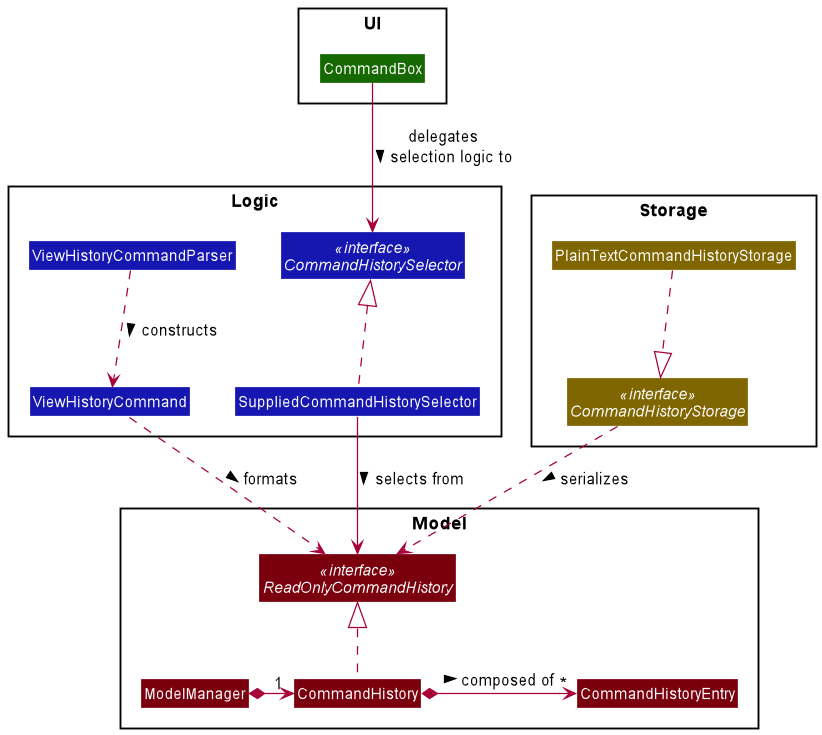
Earlier version of the PlantUML export docs/images/commandhistory/CmdHistModelClassDiagram.png (nus-cs2103-AY2021S2/tp).
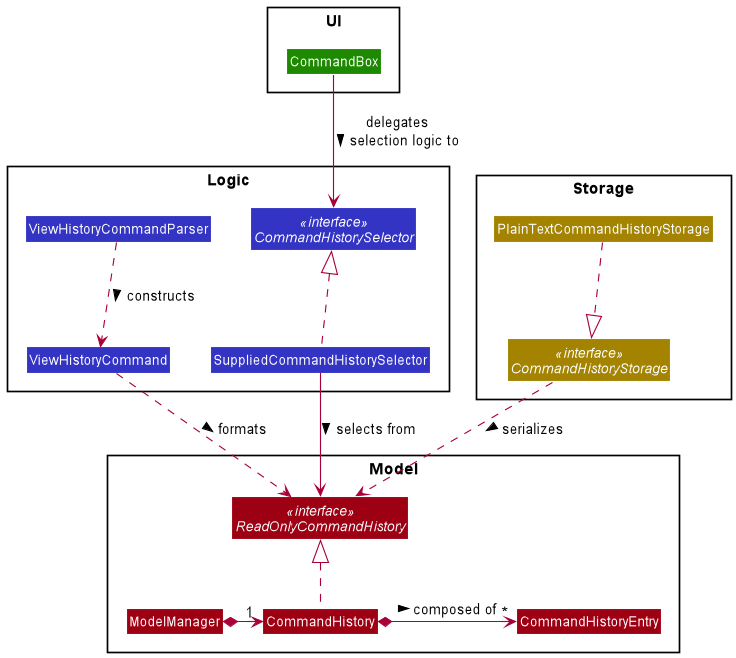
Above is the later version.

Commit message:
Docs(DG): Update cmd hist class diagram colors

Change to the diagram source:
```diff
@@ -2,26 +2,26 @@
 !include ../style.puml
 
 package UI <<Rectangle>> {
-class CommandBox UI_COLOR_T3
+class CommandBox UI_COLOR
 }
 
 package Model <<Rectangle>> {
-class CommandHistory MODEL_COLOR_T3
-interface ReadOnlyCommandHistory <<interface>> MODEL_COLOR_T3
-class ModelManager MODEL_COLOR_T3
-class CommandHistoryEntry MODEL_COLOR_T3
+class CommandHistory MODEL_COLOR
+interface ReadOnlyCommandHistory <<interface>> MODEL_COLOR
+class ModelManager MODEL_COLOR
+class CommandHistoryEntry MODEL_COLOR
 }
 
 package Logic <<Rectangle>> {
-class ViewHistoryCommand LOGIC_COLOR_T3
-interface CommandHistorySelector <<interface>> LOGIC_COLOR_T3
-class SuppliedCommandHistorySelector LOGIC_COLOR_T3
-class ViewHistoryCommandParser LOGIC_COLOR_T3
+class ViewHistoryCommand LOGIC_COLOR
+interface CommandHistorySelector <<interface>> LOGIC_COLOR
+class SuppliedCommandHistorySelector LOGIC_COLOR
+class ViewHistoryCommandParser LOGIC_COLOR
 }
 
 package Storage <<Rectangle>> {
-interface CommandHistoryStorage <<interface>> STORAGE_COLOR_T3
-class PlainTextCommandHistoryStorage STORAGE_COLOR_T3
+interface CommandHistoryStorage <<interface>> STORAGE_COLOR
+class PlainTextCommandHistoryStorage STORAGE_COLOR
 }
 
 ReadOnlyCommandHistory <|.. CommandHistory
```
